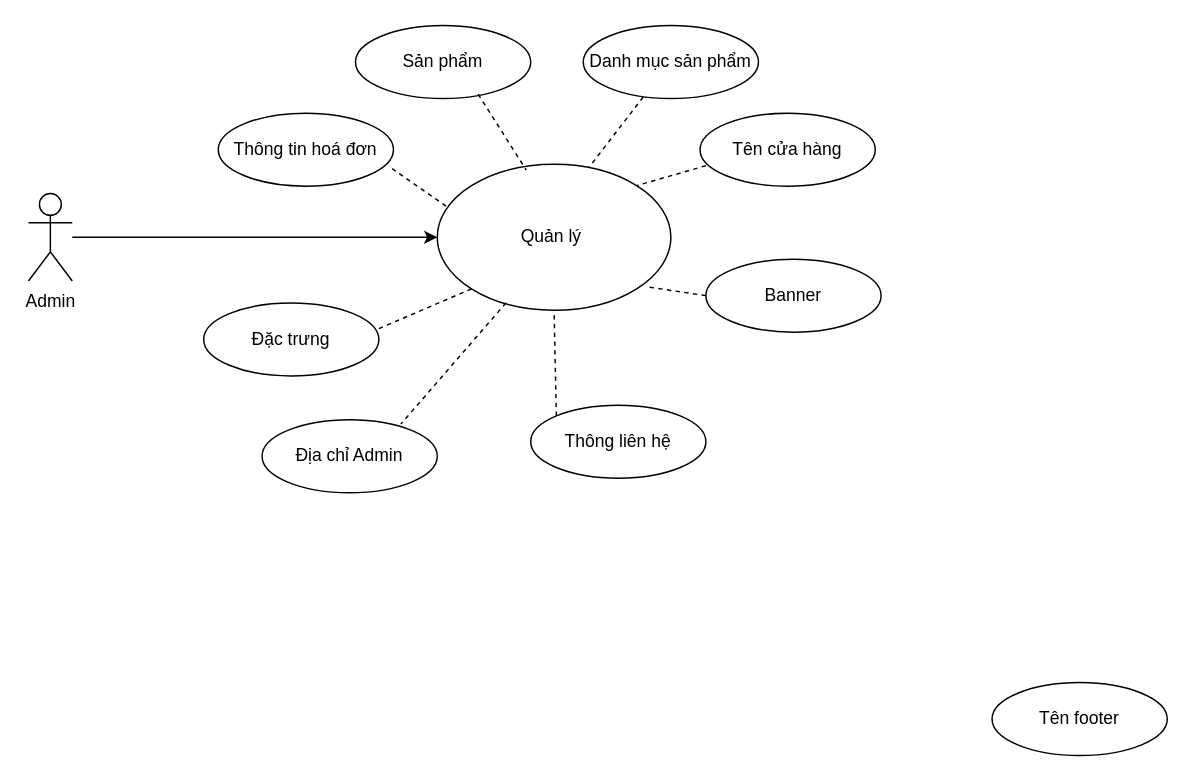
Before: UseCaseAdmin (1).drawio in duongquocvu0411/CDSG-CNPM, a draw.io diagram. Source tidied: cells renumbered, new cells numbered last; positions are measured from the earlier drawing's top-left corner, leaving out a move shared by most shapes. Both pictures are drawn from the tidied source at 146%, with x=0, y=0 at pixel (28, 25).
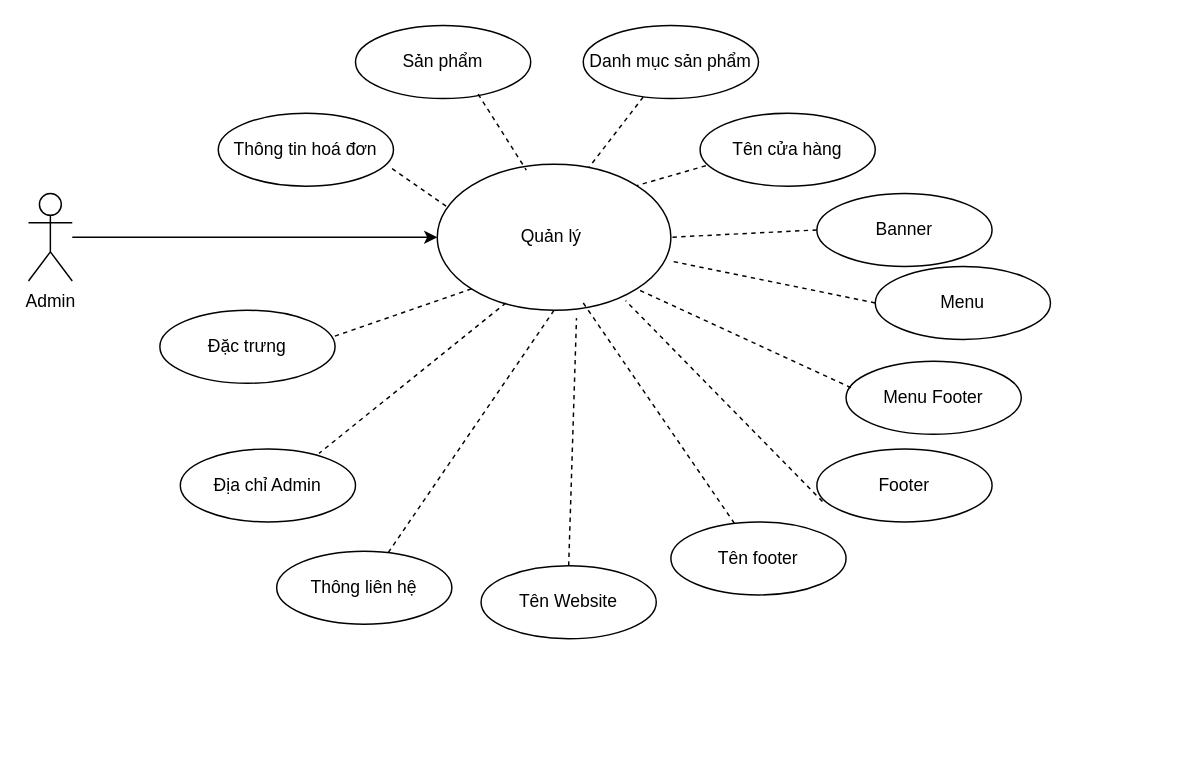
The same diagram, later.

Commit message (it also covers changes not shown here):
cập nhật thêm fl cúa quản lý footer && tên website && menu footer && phản hồi đánh giá của sản phẩm

Unchanged cells that the change refers to:
```xml
<mxCell id="10" value="Quản lý&amp;nbsp;" style="ellipse;whiteSpace=wrap;html=1;" parent="1" vertex="1">
  <mxGeometry x="280" y="95" width="160" height="100" as="geometry" />
</mxCell>
```

Diff of the diagram source:
```diff
@@
     <mxCell id="5" value="Đặc trưng" style="ellipse;whiteSpace=wrap;html=1;" parent="1" vertex="1">
-      <mxGeometry x="120" y="190" width="120" height="50" as="geometry" />
+      <mxGeometry x="90" y="195" width="120" height="50" as="geometry" />
     </mxCell>
@@
     <mxCell id="8" value="Địa chỉ Admin" style="ellipse;whiteSpace=wrap;html=1;" parent="1" vertex="1">
-      <mxGeometry x="160" y="270" width="120" height="50" as="geometry" />
+      <mxGeometry x="104" y="290" width="120" height="50" as="geometry" />
     </mxCell>
     <mxCell id="9" value="Thông liên hệ" style="ellipse;whiteSpace=wrap;html=1;" parent="1" vertex="1">
-      <mxGeometry x="344" y="260" width="120" height="50" as="geometry" />
+      <mxGeometry x="170" y="360" width="120" height="50" as="geometry" />
     </mxCell>
@@
     <mxCell id="11" value="Banner" style="ellipse;whiteSpace=wrap;html=1;" parent="1" vertex="1">
-      <mxGeometry x="464" y="160" width="120" height="50" as="geometry" />
+      <mxGeometry x="540" y="115" width="120" height="50" as="geometry" />
     </mxCell>
@@
     <mxCell id="13" value="Tên footer" style="ellipse;whiteSpace=wrap;html=1;" parent="1" vertex="1">
-      <mxGeometry x="660" y="450" width="120" height="50" as="geometry" />
+      <mxGeometry x="440" y="340" width="120" height="50" as="geometry" />
     </mxCell>
-    <mxCell id="14" style="endArrow=none;dashed=1;html=1;rounded=0;entryX=0.5;entryY=1;entryDx=0;entryDy=0;exitX=0;exitY=0;exitDx=0;exitDy=0;" parent="1" edge="1" source="9" target="10">
+    <mxCell id="14" style="endArrow=none;dashed=1;html=1;rounded=0;entryX=0.5;entryY=1;entryDx=0;entryDy=0;" parent="1" edge="1" source="9" target="10">
       <mxGeometry relative="1" as="geometry" />
     </mxCell>
-    <mxCell id="15" style="endArrow=none;dashed=1;html=1;rounded=0;entryX=0.9;entryY=0.84;entryDx=0;entryDy=0;exitX=0;exitY=0.5;exitDx=0;exitDy=0;entryPerimeter=0;" parent="1" edge="1" source="11" target="10">
+    <mxCell id="15" style="endArrow=none;dashed=1;html=1;rounded=0;entryX=1;entryY=0.5;entryDx=0;entryDy=0;exitX=0;exitY=0.5;exitDx=0;exitDy=0;" parent="1" edge="1" source="11" target="10">
       <mxGeometry relative="1" as="geometry" />
     </mxCell>
@@
+    <mxCell id="22" value="Footer" style="ellipse;whiteSpace=wrap;html=1;" parent="1" vertex="1">
+      <mxGeometry x="540" y="290" width="120" height="50" as="geometry" />
+    </mxCell>
+    <mxCell id="23" value="Menu Footer" style="ellipse;whiteSpace=wrap;html=1;" parent="1" vertex="1">
+      <mxGeometry x="560" y="230" width="120" height="50" as="geometry" />
+    </mxCell>
+    <mxCell id="24" style="endArrow=none;dashed=1;html=1;rounded=0;entryX=0.806;entryY=0.934;entryDx=0;entryDy=0;exitX=0.032;exitY=0.72;exitDx=0;exitDy=0;entryPerimeter=0;exitPerimeter=0;" parent="1" edge="1" source="22" target="10">
+      <mxGeometry relative="1" as="geometry" />
+    </mxCell>
+    <mxCell id="25" style="endArrow=none;dashed=1;html=1;rounded=0;entryX=0.625;entryY=0.95;entryDx=0;entryDy=0;entryPerimeter=0;" parent="1" edge="1" source="13" target="10">
+      <mxGeometry relative="1" as="geometry" />
+    </mxCell>
+    <mxCell id="26" style="endArrow=none;dashed=1;html=1;rounded=0;entryX=1;entryY=1;entryDx=0;entryDy=0;exitX=0.028;exitY=0.36;exitDx=0;exitDy=0;exitPerimeter=0;" parent="1" edge="1" source="23" target="10">
+      <mxGeometry relative="1" as="geometry" />
+    </mxCell>
+    <mxCell id="27" value="Tên Website" style="ellipse;whiteSpace=wrap;html=1;" parent="1" vertex="1">
+      <mxGeometry x="310" y="370" width="120" height="50" as="geometry" />
+    </mxCell>
+    <mxCell id="28" style="endArrow=none;dashed=1;html=1;rounded=0;entryX=0.596;entryY=1.054;entryDx=0;entryDy=0;entryPerimeter=0;exitX=0.5;exitY=0;exitDx=0;exitDy=0;" parent="1" edge="1" source="27" target="10">
+      <mxGeometry relative="1" as="geometry" />
+    </mxCell>
+    <mxCell id="29" value="Menu" style="ellipse;whiteSpace=wrap;html=1;" parent="1" vertex="1">
+      <mxGeometry x="580" y="165" width="120" height="50" as="geometry" />
+    </mxCell>
+    <mxCell id="30" style="endArrow=none;dashed=1;html=1;rounded=0;entryX=0.996;entryY=0.662;entryDx=0;entryDy=0;exitX=0;exitY=0.5;exitDx=0;exitDy=0;entryPerimeter=0;" parent="1" edge="1" source="29" target="10">
+      <mxGeometry relative="1" as="geometry" />
+    </mxCell>
```
